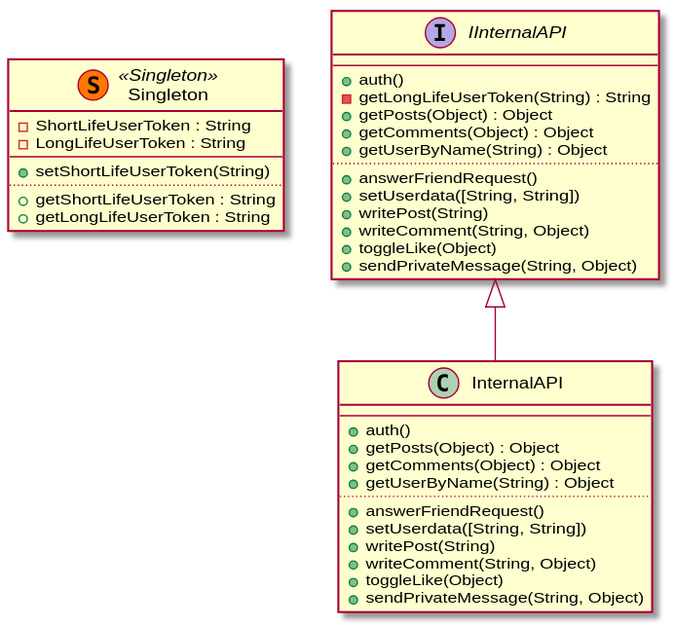
Above: documentation/Classes.svg in 5l1v3r1/SocialBot-1 (PlantUML), before the change.
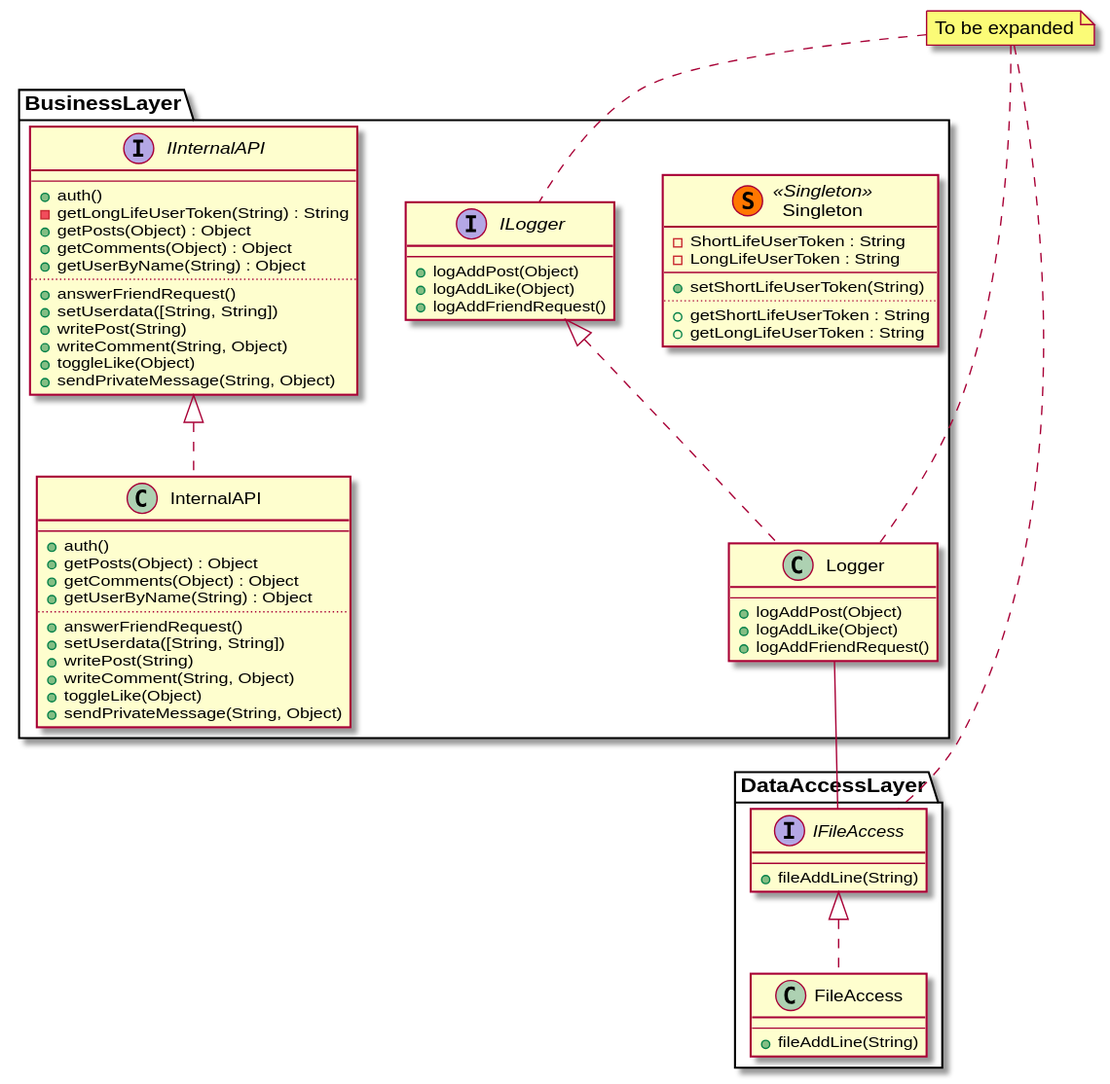
The same diagram one commit later.

Commit message:
added some classes to the diagram

Change to the diagram source:
```diff
@@ -1,44 +1,82 @@
 @startuml
-class Singleton << (S,#FF7700) Singleton >> {
-  - ShortLifeUserToken : String
-  - LongLifeUserToken : String
-  --
-  + setShortLifeUserToken(String)
-  ..
-  + getShortLifeUserToken : String
-  + getLongLifeUserToken : String
+package BusinessLayer <<Folder>> {
+  class Singleton << (S,#FF7700) Singleton >> {
+    - ShortLifeUserToken : String
+    - LongLifeUserToken : String
+    --
+    + setShortLifeUserToken(String)
+    ..
+    + getShortLifeUserToken : String
+    + getLongLifeUserToken : String
+  }
+
+  interface IInternalAPI {
+    --
+    + auth()
+    - getLongLifeUserToken(String) : String
+    + getPosts(Object) : Object
+    + getComments(Object) : Object
+    + getUserByName(String) : Object
+    ..
+    + answerFriendRequest()
+    + setUserdata([String, String])
+    + writePost(String)
+    + writeComment(String, Object)
+    + toggleLike(Object)
+    + sendPrivateMessage(String, Object)
+  }
+
+  class InternalAPI {
+    --
+    + auth()
+    + getPosts(Object) : Object
+    + getComments(Object) : Object
+    + getUserByName(String) : Object
+    ..
+    + answerFriendRequest()
+    + setUserdata([String, String])
+    + writePost(String)
+    + writeComment(String, Object)
+    + toggleLike(Object)
+    + sendPrivateMessage(String, Object)
+  }
+
+  interface ILogger {
+    --
+    + logAddPost(Object)
+    + logAddLike(Object)
+    + logAddFriendRequest()
+  }
+
+  class Logger {
+    --
+    + logAddPost(Object)
+    + logAddLike(Object)
+    + logAddFriendRequest()
+  }
+}
+package DataAccessLayer <<Folder>> {
+  interface IFileAccess {
+    --
+    + fileAddLine(String)
+  }
+
+  class FileAccess {
+    --
+    + fileAddLine(String)
+  }
 }
 
-interface IInternalAPI {
-  --
-  + auth()
-  - getLongLifeUserToken(String) : String
-  + getPosts(Object) : Object
-  + getComments(Object) : Object
-  + getUserByName(String) : Object
-  ..
-  + answerFriendRequest()
-  + setUserdata([String, String])
-  + writePost(String)
-  + writeComment(String, Object)
-  + toggleLike(Object)
-  + sendPrivateMessage(String, Object)
-}
+IInternalAPI <|.. InternalAPI
+ILogger <|.. Logger
+IFileAccess <|.. FileAccess
 
-class InternalAPI {
-  --
-  + auth()
-  + getPosts(Object) : Object
-  + getComments(Object) : Object
-  + getUserByName(String) : Object
-  ..
-  + answerFriendRequest()
-  + setUserdata([String, String])
-  + writePost(String)
-  + writeComment(String, Object)
-  + toggleLike(Object)
-  + sendPrivateMessage(String, Object)
-}
+Logger -- IFileAccess
 
-IInternalAPI <|-- InternalAPI
+note "To be expanded" as TODO
+
+TODO .. ILogger
+TODO .. Logger
+TODO .. IFileAccess
+
 @enduml
```
